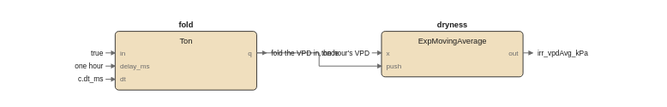
pstch/botanik2 keeps this draw.io diagram as images/logic/irr_modulation_fbd.drawio.svg. Above is the earlier version. Source tidied: cells renumbered, new cells last; positions are measured from the earlier drawing's top-left corner, leaving out a move shared by most shapes.
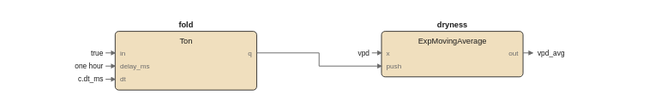
Later version of the same file.

What changed in the source:
```diff
@@ -78,8 +78,8 @@
         <mxPoint x="10" y="50" as="targetPoint" />
       </mxGeometry>
     </mxCell>
-    <mxCell id="22" value="the hour's VPD" style="text;html=1;fontSize=6;fontColor=#1a1a1a;align=left;" parent="1" vertex="1">
-      <mxGeometry x="222" y="24" width="70" height="10" as="geometry" />
+    <mxCell id="22" value="vpd" style="text;html=1;fontSize=6;fontColor=#1a1a1a;align=left;" parent="1" vertex="1">
+      <mxGeometry x="222" y="24" width="40" height="10" as="geometry" />
     </mxCell>
     <mxCell id="23" style="edgeStyle=none;html=1;strokeColor=#6b6b6b;endArrow=block;" parent="1" edge="1">
       <mxGeometry relative="1" as="geometry">
@@ -89,21 +89,12 @@
     </mxCell>
     <mxCell id="24" style="edgeStyle=none;html=1;strokeColor=#6b6b6b;endArrow=block;" parent="1" edge="1">
       <mxGeometry relative="1" as="geometry">
-        <mxPoint x="128" y="28" as="sourcePoint" />
-        <mxPoint x="136" y="28" as="targetPoint" />
+        <mxPoint x="350" y="28" as="sourcePoint" />
+        <mxPoint x="358" y="28" as="targetPoint" />
       </mxGeometry>
     </mxCell>
-    <mxCell id="25" value="fold the VPD in, once" style="text;html=1;fontSize=6;fontColor=#1a1a1a;align=left;" parent="1" vertex="1">
-      <mxGeometry x="140" y="24" width="105" height="10" as="geometry" />
+    <mxCell id="25" value="vpd_avg" style="text;html=1;fontSize=6;fontColor=#1a1a1a;align=left;" parent="1" vertex="1">
+      <mxGeometry x="362" y="24" width="40" height="10" as="geometry" />
     </mxCell>
-    <mxCell id="26" style="edgeStyle=none;html=1;strokeColor=#6b6b6b;endArrow=block;" parent="1" edge="1">
-      <mxGeometry relative="1" as="geometry">
-        <mxPoint x="350" y="28" as="sourcePoint" />
-        <mxPoint x="358" y="28" as="targetPoint" />
-      </mxGeometry>
-    </mxCell>
-    <mxCell id="27" value="irr_vpdAvg_kPa" style="text;html=1;fontSize=6;fontColor=#1a1a1a;align=left;" parent="1" vertex="1">
-      <mxGeometry x="362" y="24" width="70" height="10" as="geometry" />
-    </mxCell>
   </root>
 </mxGraphModel>
```
